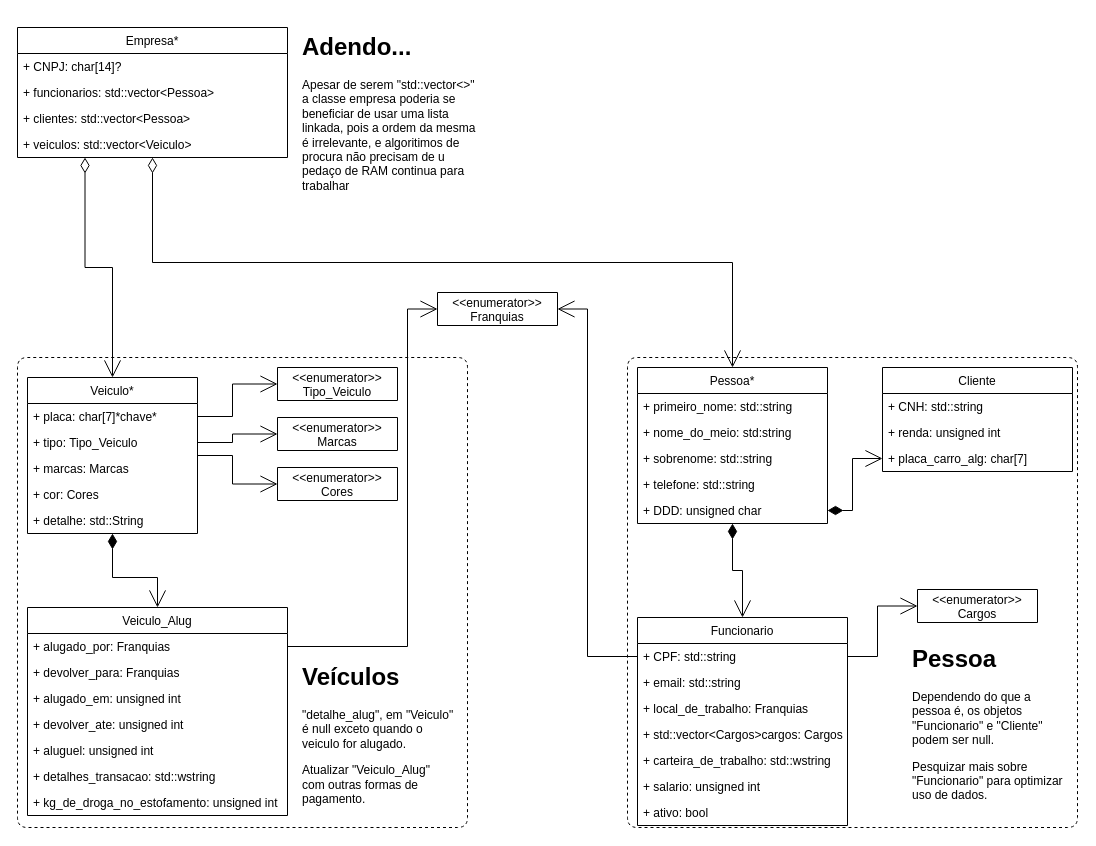
This is POO_Locadora.drawio from TTA21/Prog_Ori_Obj_Aluguel_de_Carros, a draw.io file, before an edit. Source tidied: cells renumbered, new cells numbered last; positions are measured from the earlier drawing's top-left corner, leaving out a move shared by most shapes. Both pictures are drawn from the tidied source at 100%, with x=0, y=0 at pixel (17, 27).
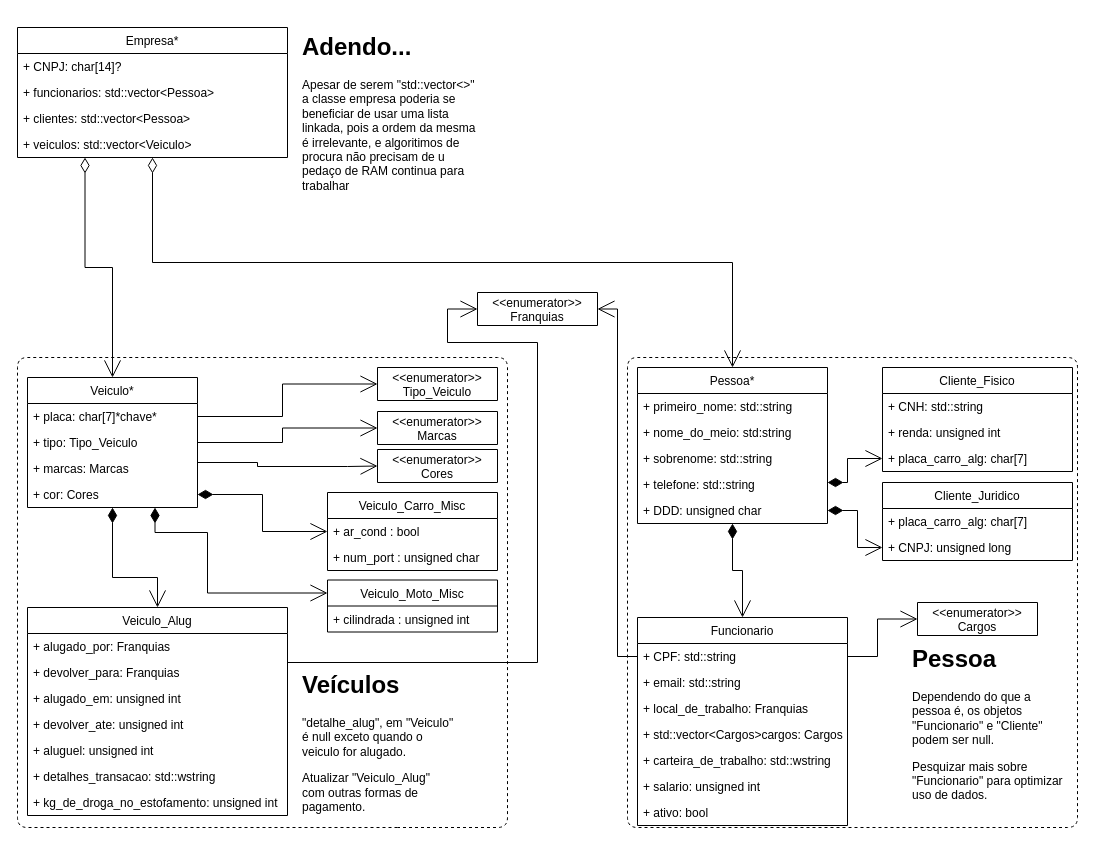
After the change.

The change refers to these unchanged cells:
```xml
<mxCell id="8" value="+ cor: Cores" style="text;strokeColor=none;fillColor=none;align=left;verticalAlign=top;spacingLeft=4;spacingRight=4;overflow=hidden;points=[[0,0.5],[1,0.5]];portConstraint=eastwest;" parent="4" vertex="1">
  <mxGeometry y="104" width="170" height="26" as="geometry" />
</mxCell>
<mxCell id="14" value="+ alugado_por: Franquias" style="text;strokeColor=none;fillColor=none;align=left;verticalAlign=top;spacingLeft=4;spacingRight=4;overflow=hidden;points=[[0,0.5],[1,0.5]];portConstraint=eastwest;" parent="13" vertex="1">
  <mxGeometry y="26" width="260" height="26" as="geometry" />
</mxCell>
<mxCell id="33" value="+ DDD: unsigned char" style="text;strokeColor=none;fillColor=none;align=left;verticalAlign=top;spacingLeft=4;spacingRight=4;overflow=hidden;points=[[0,0.5],[1,0.5]];portConstraint=eastwest;" parent="28" vertex="1">
  <mxGeometry y="130" width="190" height="26" as="geometry" />
</mxCell>
<mxCell id="35" value="+ CPF: std::string" style="text;strokeColor=none;fillColor=none;align=left;verticalAlign=top;spacingLeft=4;spacingRight=4;overflow=hidden;points=[[0,0.5],[1,0.5]];portConstraint=eastwest;" parent="34" vertex="1">
  <mxGeometry y="26" width="210" height="26" as="geometry" />
</mxCell>
<mxCell id="48" value="+ placa_carro_alg: char[7]" style="text;strokeColor=none;fillColor=none;align=left;verticalAlign=top;spacingLeft=4;spacingRight=4;overflow=hidden;points=[[0,0.5],[1,0.5]];portConstraint=eastwest;" parent="45" vertex="1">
  <mxGeometry y="78" width="190" height="26" as="geometry" />
</mxCell>
```

Change to the diagram source:
```diff
@@
     <mxCell id="3" style="edgeStyle=orthogonalEdgeStyle;rounded=0;jettySize=auto;html=1;exitX=1;exitY=0.5;exitDx=0;exitDy=0;entryX=0;entryY=0.5;entryDx=0;entryDy=0;startArrow=none;startFill=0;startSize=13;sourcePerimeterSpacing=0;endArrow=open;endFill=0;endSize=15;targetPerimeterSpacing=5;strokeWidth=1;" parent="1" edge="1" source="4" target="12">
-      <mxGeometry relative="1" as="geometry" />
+      <mxGeometry relative="1" as="geometry">
+        <Array as="points">
+          <mxPoint x="180" y="435" />
+          <mxPoint x="240" y="435" />
+          <mxPoint x="240" y="439" />
+          <mxPoint x="330" y="439" />
+        </Array>
+      </mxGeometry>
     </mxCell>
+    <mxCell id="60" style="edgeStyle=orthogonalEdgeStyle;rounded=0;jettySize=auto;html=1;exitX=0.75;exitY=1;exitDx=0;exitDy=0;entryX=0;entryY=0.25;entryDx=0;entryDy=0;startArrow=diamondThin;startFill=1;startSize=13;endArrow=open;endFill=0;endSize=15;targetPerimeterSpacing=5;" parent="1" edge="1" source="4" target="69">
+      <mxGeometry relative="1" as="geometry">
+        <Array as="points">
+          <mxPoint x="138" y="505" />
+          <mxPoint x="190" y="505" />
+          <mxPoint x="190" y="566" />
+        </Array>
+      </mxGeometry>
+    </mxCell>
     <mxCell id="4" value="Veiculo*" style="swimlane;fontStyle=0;horizontal=1;startSize=26;fillColor=none;" parent="1" vertex="1">
-      <mxGeometry x="10" y="350" width="170" height="156" as="geometry" />
+      <mxGeometry x="10" y="350" width="170" height="130" as="geometry" />
     </mxCell>
@@
-    <mxCell id="9" value="+ detalhe: std::String" style="text;strokeColor=none;fillColor=none;align=left;verticalAlign=top;spacingLeft=4;spacingRight=4;overflow=hidden;" parent="4" vertex="1">
-      <mxGeometry y="130" width="170" height="26" as="geometry" />
-    </mxCell>
     <mxCell id="10" value="&lt;&lt;enumerator&gt;&gt;&#10;Tipo_Veiculo" style="swimlane;fontStyle=0;horizontal=1;startSize=40;fillColor=none;" parent="1" vertex="1" collapsed="1">
-      <mxGeometry x="260" y="340" width="120" height="33" as="geometry" />
+      <mxGeometry x="360" y="340" width="120" height="33" as="geometry" />
     </mxCell>
     <mxCell id="11" value="&lt;&lt;enumerator&gt;&gt;&#10;Marcas" style="swimlane;fontStyle=0;horizontal=1;startSize=40;fillColor=none;" parent="1" vertex="1" collapsed="1">
-      <mxGeometry x="260" y="390" width="120" height="33" as="geometry" />
+      <mxGeometry x="360" y="384" width="120" height="33" as="geometry" />
     </mxCell>
     <mxCell id="12" value="&lt;&lt;enumerator&gt;&gt;&#10;Cores" style="swimlane;fontStyle=0;horizontal=1;startSize=40;fillColor=none;" parent="1" vertex="1" collapsed="1">
-      <mxGeometry x="260" y="440" width="120" height="33" as="geometry" />
+      <mxGeometry x="360" y="422" width="120" height="33" as="geometry" />
     </mxCell>
@@
     <mxCell id="21" value="&lt;&lt;enumerator&gt;&gt;&#10;Franquias" style="swimlane;fontStyle=0;horizontal=1;startSize=40;fillColor=none;" parent="1" vertex="1" collapsed="1">
-      <mxGeometry x="420" y="265" width="120" height="33" as="geometry" />
+      <mxGeometry x="460" y="265" width="120" height="33" as="geometry" />
     </mxCell>
     <mxCell id="22" style="endArrow=none;dashed=1;html=1;strokeWidth=1;" parent="1" edge="1">
       <mxGeometry relative="1" as="geometry">
         <mxPoint x="380" y="800" as="sourcePoint" />
         <mxPoint x="380" y="800" as="targetPoint" />
         <Array as="points">
           <mxPoint y="800" />
           <mxPoint y="330" />
-          <mxPoint x="450" y="330" />
-          <mxPoint x="450" y="800" />
+          <mxPoint x="490" y="330" />
+          <mxPoint x="490" y="800" />
         </Array>
       </mxGeometry>
     </mxCell>
@@
     <mxCell id="25" style="edgeStyle=orthogonalEdgeStyle;rounded=0;jettySize=auto;html=1;exitX=1;exitY=0.5;exitDx=0;exitDy=0;entryX=0;entryY=0.5;entryDx=0;entryDy=0;startArrow=none;startFill=0;startSize=13;sourcePerimeterSpacing=0;endArrow=open;endFill=0;endSize=15;targetPerimeterSpacing=5;strokeWidth=1;" parent="1" edge="1" source="14" target="21">
       <mxGeometry relative="1" as="geometry">
         <Array as="points">
-          <mxPoint x="390" y="619" />
-          <mxPoint x="390" y="281" />
+          <mxPoint x="270" y="635" />
+          <mxPoint x="520" y="635" />
+          <mxPoint x="520" y="315" />
+          <mxPoint x="430" y="315" />
+          <mxPoint x="430" y="282" />
         </Array>
       </mxGeometry>
     </mxCell>
     <mxCell id="26" value="&lt;h1&gt;Veículos&lt;/h1&gt;&lt;p&gt;&quot;detalhe_alug&quot;, em &quot;Veiculo&quot; é null exceto quando o veiculo for alugado.&lt;/p&gt;&lt;p&gt;Atualizar &quot;Veiculo_Alug&quot; com outras formas de pagamento.&lt;br&gt;&lt;/p&gt;" style="text;html=1;strokeColor=none;fillColor=none;spacing=5;spacingTop=-20;whiteSpace=wrap;overflow=hidden;rounded=0;" parent="1" vertex="1">
-      <mxGeometry x="280" y="630" width="160" height="160" as="geometry" />
+      <mxGeometry x="280" y="638" width="160" height="160" as="geometry" />
     </mxCell>
@@
     <mxCell id="42" value="&lt;&lt;enumerator&gt;&gt;&#10;Cargos" style="swimlane;fontStyle=0;horizontal=1;startSize=40;fillColor=none;" parent="1" vertex="1" collapsed="1">
-      <mxGeometry x="900" y="562" width="120" height="33" as="geometry" />
+      <mxGeometry x="900" y="575" width="120" height="33" as="geometry" />
     </mxCell>
@@
     <mxCell id="44" style="edgeStyle=orthogonalEdgeStyle;rounded=0;jettySize=auto;html=1;exitX=0;exitY=0.5;exitDx=0;exitDy=0;entryX=1;entryY=0.5;entryDx=0;entryDy=0;targetPerimeterSpacing=5;endSize=15;startSize=13;endArrow=open;endFill=0;" parent="1" edge="1" source="35" target="21">
       <mxGeometry relative="1" as="geometry">
         <Array as="points">
-          <mxPoint x="570" y="629" />
-          <mxPoint x="570" y="282" />
+          <mxPoint x="600" y="629" />
+          <mxPoint x="600" y="282" />
         </Array>
       </mxGeometry>
     </mxCell>
-    <mxCell id="45" value="Cliente" style="swimlane;fontStyle=0;horizontal=1;startSize=26;fillColor=none;" parent="1" vertex="1">
+    <mxCell id="45" value="Cliente_Fisico" style="swimlane;fontStyle=0;horizontal=1;startSize=26;fillColor=none;" parent="1" vertex="1">
       <mxGeometry x="865" y="340" width="190" height="104" as="geometry" />
     </mxCell>
@@
-    <mxCell id="49" style="edgeStyle=orthogonalEdgeStyle;rounded=0;jettySize=auto;html=1;exitX=1;exitY=0.5;exitDx=0;exitDy=0;entryX=0;entryY=0.5;entryDx=0;entryDy=0;startArrow=diamondThin;startFill=1;startSize=13;endArrow=open;endFill=0;endSize=15;targetPerimeterSpacing=5;" parent="1" edge="1" source="33" target="48">
+    <mxCell id="49" style="edgeStyle=orthogonalEdgeStyle;rounded=0;jettySize=auto;html=1;entryX=0;entryY=0.5;entryDx=0;entryDy=0;startArrow=diamondThin;startFill=1;startSize=13;endArrow=open;endFill=0;endSize=15;targetPerimeterSpacing=5;" parent="1" edge="1" target="48">
       <mxGeometry relative="1" as="geometry">
+        <mxPoint x="810" y="455" as="sourcePoint" />
         <Array as="points">
-          <mxPoint x="835" y="483" />
-          <mxPoint x="835" y="431" />
+          <mxPoint x="830" y="455" />
+          <mxPoint x="830" y="431" />
         </Array>
       </mxGeometry>
     </mxCell>
@@
+    <mxCell id="61" value="Cliente_Juridico" style="swimlane;fontStyle=0;horizontal=1;startSize=26;fillColor=none;" parent="1" vertex="1">
+      <mxGeometry x="865" y="455" width="190" height="78" as="geometry" />
+    </mxCell>
+    <mxCell id="62" value="+ placa_carro_alg: char[7]" style="text;strokeColor=none;fillColor=none;align=left;verticalAlign=top;spacingLeft=4;spacingRight=4;overflow=hidden;" parent="61" vertex="1">
+      <mxGeometry y="26" width="190" height="26" as="geometry" />
+    </mxCell>
+    <mxCell id="63" value="+ CNPJ: unsigned long" style="text;strokeColor=none;fillColor=none;align=left;verticalAlign=top;spacingLeft=4;spacingRight=4;overflow=hidden;points=[[0,0.5],[1,0.5]];portConstraint=eastwest;" parent="61" vertex="1">
+      <mxGeometry y="52" width="190" height="26" as="geometry" />
+    </mxCell>
+    <mxCell id="64" style="edgeStyle=orthogonalEdgeStyle;rounded=0;jettySize=auto;html=1;exitX=1;exitY=0.5;exitDx=0;exitDy=0;entryX=0;entryY=0.5;entryDx=0;entryDy=0;targetPerimeterSpacing=5;endSize=15;startSize=13;endArrow=open;endFill=0;startArrow=diamondThin;startFill=1;" parent="1" edge="1" source="33" target="63">
+      <mxGeometry relative="1" as="geometry" />
+    </mxCell>
+    <mxCell id="65" value="Veiculo_Carro_Misc" style="swimlane;fontStyle=0;horizontal=1;startSize=26;fillColor=none;" parent="1" vertex="1">
+      <mxGeometry x="310" y="465" width="170" height="78" as="geometry" />
+    </mxCell>
+    <mxCell id="66" value="+ ar_cond : bool" style="text;strokeColor=none;fillColor=none;align=left;verticalAlign=top;spacingLeft=4;spacingRight=4;overflow=hidden;points=[[0,0.5],[1,0.5]];portConstraint=eastwest;" parent="65" vertex="1">
+      <mxGeometry y="26" width="170" height="26" as="geometry" />
+    </mxCell>
+    <mxCell id="67" value="+ num_port : unsigned char" style="text;strokeColor=none;fillColor=none;align=left;verticalAlign=top;spacingLeft=4;spacingRight=4;overflow=hidden;" parent="65" vertex="1">
+      <mxGeometry y="52" width="170" height="26" as="geometry" />
+    </mxCell>
+    <mxCell id="68" style="edgeStyle=orthogonalEdgeStyle;rounded=0;jettySize=auto;html=1;exitX=1;exitY=0.5;exitDx=0;exitDy=0;entryX=0;entryY=0.5;entryDx=0;entryDy=0;startArrow=diamondThin;startFill=1;startSize=13;endArrow=open;endFill=0;endSize=15;targetPerimeterSpacing=5;" parent="1" edge="1" source="8" target="66">
+      <mxGeometry relative="1" as="geometry" />
+    </mxCell>
+    <mxCell id="69" value="Veiculo_Moto_Misc" style="swimlane;fontStyle=0;horizontal=1;startSize=26;fillColor=none;" parent="1" vertex="1">
+      <mxGeometry x="310" y="552.5" width="170" height="52" as="geometry" />
+    </mxCell>
+    <mxCell id="70" value="+ cilindrada : unsigned int" style="text;strokeColor=none;fillColor=none;align=left;verticalAlign=top;spacingLeft=4;spacingRight=4;overflow=hidden;" parent="69" vertex="1">
+      <mxGeometry y="26" width="170" height="26" as="geometry" />
+    </mxCell>
```
